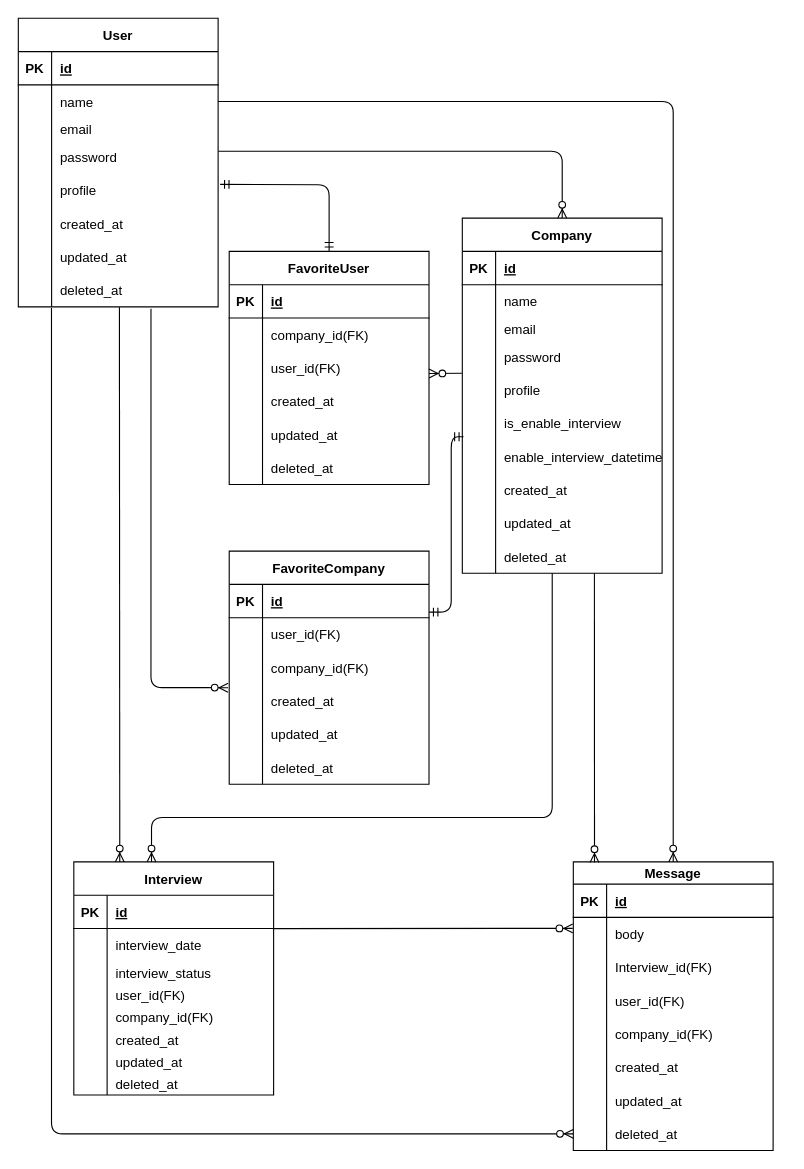
tomoki52/yumemi-intern-laravel-app keeps this draw.io diagram as doc/er.drawio. Above is the earlier version. Source tidied: cells renumbered, new cells numbered last; positions are measured from the earlier drawing's top-left corner, leaving out a move shared by most shapes. Both pictures are drawn from the tidied source at 111%, with x=0, y=0 at pixel (18, 18).
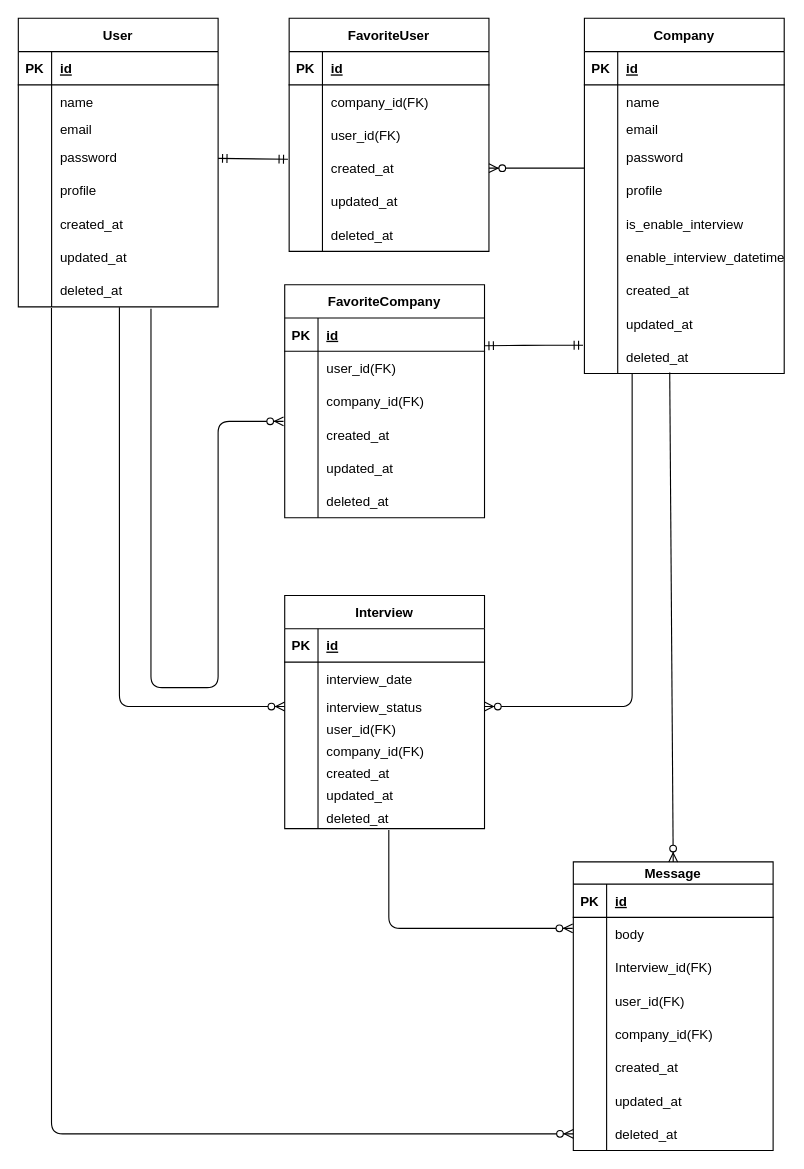
The same page after the edit.

The change refers to these unchanged cells:
```xml
<mxCell id="6" style="shape=partialRectangle;fillColor=none;top=0;left=0;bottom=0;right=0;points=[[0,0.5],[1,0.5]];portConstraint=eastwest;" parent="2" vertex="1">
  <mxGeometry y="60" width="180" height="30" as="geometry" />
</mxCell>
<mxCell id="12" style="shape=partialRectangle;fillColor=none;top=0;left=0;bottom=0;right=0;points=[[0,0.5],[1,0.5]];portConstraint=eastwest;" parent="2" vertex="1">
  <mxGeometry y="110" width="180" height="30" as="geometry" />
</mxCell>
<mxCell id="15" style="shape=partialRectangle;fillColor=none;top=0;left=0;bottom=0;right=0;points=[[0,0.5],[1,0.5]];portConstraint=eastwest;" parent="2" vertex="1">
  <mxGeometry y="140" width="180" height="30" as="geometry" />
</mxCell>
<mxCell id="24" style="shape=partialRectangle;fillColor=none;top=0;left=0;bottom=0;right=0;points=[[0,0.5],[1,0.5]];portConstraint=eastwest;" parent="2" vertex="1">
  <mxGeometry y="230" width="180" height="30" as="geometry" />
</mxCell>
<mxCell id="28" style="shape=partialRectangle;fillColor=none;top=0;left=0;bottom=1;right=0;points=[[0,0.5],[1,0.5]];portConstraint=eastwest;" parent="27" vertex="1">
  <mxGeometry y="30" width="180" height="30" as="geometry" />
</mxCell>
<mxCell id="34" style="shape=partialRectangle;fillColor=none;top=0;left=0;bottom=0;right=0;points=[[0,0.5],[1,0.5]];portConstraint=eastwest;" parent="27" vertex="1">
  <mxGeometry y="90" width="180" height="20" as="geometry" />
</mxCell>
<mxCell id="49" style="shape=partialRectangle;fillColor=none;top=0;left=0;bottom=0;right=0;points=[[0,0.5],[1,0.5]];portConstraint=eastwest;" parent="27" vertex="1">
  <mxGeometry y="190" width="180" height="20" as="geometry" />
</mxCell>
<mxCell id="65" style="shape=partialRectangle;fillColor=none;top=0;left=0;bottom=0;right=0;points=[[0,0.5],[1,0.5]];portConstraint=eastwest;" parent="52" vertex="1">
  <mxGeometry y="140" width="180" height="30" as="geometry" />
</mxCell>
<mxCell id="68" style="shape=partialRectangle;fillColor=none;top=0;left=0;bottom=0;right=0;points=[[0,0.5],[1,0.5]];portConstraint=eastwest;" parent="52" vertex="1">
  <mxGeometry y="170" width="180" height="30" as="geometry" />
</mxCell>
<mxCell id="80" style="shape=partialRectangle;fillColor=none;top=0;left=0;bottom=0;right=0;points=[[0,0.5],[1,0.5]];portConstraint=eastwest;" parent="52" vertex="1">
  <mxGeometry y="290" width="180" height="30" as="geometry" />
</mxCell>
<mxCell id="84" value="Message" style="shape=table;startSize=20;childLayout=tableLayout;rowLines=0;fontStyle=1;align=center;" parent="1" vertex="1">
  <mxGeometry x="500" y="760" width="180" height="260" as="geometry" />
</mxCell>
<mxCell id="88" style="shape=partialRectangle;fillColor=none;top=0;left=0;bottom=0;right=0;points=[[0,0.5],[1,0.5]];portConstraint=eastwest;" parent="84" vertex="1">
  <mxGeometry y="50" width="180" height="30" as="geometry" />
</mxCell>
<mxCell id="124" style="shape=partialRectangle;fillColor=none;top=0;left=0;bottom=0;right=0;points=[[0,0.5],[1,0.5]];portConstraint=eastwest;" parent="114" vertex="1">
  <mxGeometry y="120" width="180" height="30" as="geometry" />
</mxCell>
<mxCell id="139" style="shape=partialRectangle;fillColor=none;top=0;left=0;bottom=0;right=0;points=[[0,0.5],[1,0.5]];portConstraint=eastwest;" parent="135" vertex="1">
  <mxGeometry y="60" width="180" height="30" as="geometry" />
</mxCell>
```

The edit, as a diff of the source:
```diff
@@
     <mxCell id="27" value="Interview" style="shape=table;startSize=30;childLayout=tableLayout;rowLines=0;fontStyle=1;align=center;" parent="1" vertex="1">
-      <mxGeometry x="50" y="760" width="180" height="210" as="geometry" />
+      <mxGeometry x="240" y="520" width="180" height="210" as="geometry" />
     </mxCell>
@@
     <mxCell id="52" value="Company" style="shape=table;startSize=30;childLayout=tableLayout;rowLines=0;fontStyle=1;align=center;" parent="1" vertex="1">
-      <mxGeometry x="400" y="180" width="180" height="320" as="geometry" />
+      <mxGeometry x="510" width="180" height="320" as="geometry" />
     </mxCell>
@@
-    <mxCell id="83" style="edgeStyle=orthogonalEdgeStyle;fontSize=12;html=1;endArrow=ERzeroToMany;endFill=1;exitX=1.001;exitY=0.327;exitDx=0;exitDy=0;exitPerimeter=0;entryX=0.5;entryY=0;entryDx=0;entryDy=0;" parent="1" edge="1" source="12" target="52">
-      <mxGeometry relative="1" as="geometry" />
-    </mxCell>
@@
-    <mxCell id="109" style="fontSize=12;html=1;endArrow=ERzeroToMany;endFill=1;entryX=0.23;entryY=0;entryDx=0;entryDy=0;exitX=0.506;exitY=1.008;exitDx=0;exitDy=0;exitPerimeter=0;entryPerimeter=0;" parent="1" edge="1" source="24" target="27">
+    <mxCell id="109" style="fontSize=12;html=1;endArrow=ERzeroToMany;endFill=1;exitX=0.506;exitY=1.008;exitDx=0;exitDy=0;exitPerimeter=0;entryX=0;entryY=0.5;entryDx=0;entryDy=0;edgeStyle=orthogonalEdgeStyle;" parent="1" edge="1" source="24" target="34">
       <mxGeometry relative="1" as="geometry" />
     </mxCell>
-    <mxCell id="110" style="fontSize=12;html=1;endArrow=ERzeroToMany;endFill=1;exitX=0.999;exitY=1.003;exitDx=0;exitDy=0;exitPerimeter=0;entryX=-0.003;entryY=0.329;entryDx=0;entryDy=0;entryPerimeter=0;" parent="1" edge="1" source="28" target="88">
-      <mxGeometry relative="1" as="geometry" />
+    <mxCell id="110" style="fontSize=12;html=1;endArrow=ERzeroToMany;endFill=1;exitX=0.521;exitY=1.068;exitDx=0;exitDy=0;exitPerimeter=0;entryX=-0.003;entryY=0.329;entryDx=0;entryDy=0;entryPerimeter=0;edgeStyle=orthogonalEdgeStyle;" parent="1" edge="1" source="49" target="88">
+      <mxGeometry relative="1" as="geometry">
+        <Array as="points">
+          <mxPoint x="334" y="820" />
+        </Array>
+      </mxGeometry>
     </mxCell>
-    <mxCell id="111" style="fontSize=12;html=1;endArrow=ERzeroToMany;endFill=1;edgeStyle=orthogonalEdgeStyle;" parent="1" edge="1" target="27">
+    <mxCell id="111" style="fontSize=12;html=1;endArrow=ERzeroToMany;endFill=1;edgeStyle=orthogonalEdgeStyle;entryX=1;entryY=0.5;entryDx=0;entryDy=0;" parent="1" edge="1" target="34">
       <mxGeometry relative="1" as="geometry">
-        <mxPoint x="481" y="500" as="sourcePoint" />
+        <mxPoint x="553" y="320" as="sourcePoint" />
         <Array as="points">
-          <mxPoint x="481" y="720" />
-          <mxPoint x="120" y="720" />
+          <mxPoint x="553" y="620" />
         </Array>
       </mxGeometry>
     </mxCell>
-    <mxCell id="112" style="fontSize=12;html=1;endArrow=ERzeroToMany;endFill=1;exitX=1;exitY=0.5;exitDx=0;exitDy=0;edgeStyle=orthogonalEdgeStyle;entryX=0.5;entryY=0;entryDx=0;entryDy=0;" parent="1" edge="1" source="6" target="84">
-      <mxGeometry relative="1" as="geometry" />
-    </mxCell>
-    <mxCell id="113" style="fontSize=12;html=1;endArrow=ERzeroToMany;endFill=1;entryX=0.106;entryY=0.002;entryDx=0;entryDy=0;entryPerimeter=0;" parent="1" edge="1" target="84">
-      <mxGeometry relative="1" as="geometry">
-        <mxPoint x="519" y="500" as="sourcePoint" />
-      </mxGeometry>
+    <mxCell id="113" style="fontSize=12;html=1;endArrow=ERzeroToMany;endFill=1;entryX=0.5;entryY=0;entryDx=0;entryDy=0;exitX=0.427;exitY=0.973;exitDx=0;exitDy=0;exitPerimeter=0;" parent="1" edge="1" source="80" target="84">
+      <mxGeometry relative="1" as="geometry" />
     </mxCell>
     <mxCell id="114" value="FavoriteUser" style="shape=table;startSize=30;childLayout=tableLayout;rowLines=0;fontStyle=1;align=center;" parent="1" vertex="1">
-      <mxGeometry x="190" y="210" width="180" height="210" as="geometry" />
+      <mxGeometry x="244" width="180" height="210" as="geometry" />
     </mxCell>
@@
-    <mxCell id="133" style="fontSize=12;html=1;endArrow=ERzeroToMany;endFill=1;exitX=-0.002;exitY=-0.008;exitDx=0;exitDy=0;exitPerimeter=0;" parent="1" edge="1" source="65">
+    <mxCell id="133" style="fontSize=12;html=1;endArrow=ERzeroToMany;endFill=1;entryX=1;entryY=0.5;entryDx=0;entryDy=0;" parent="1" edge="1" target="124">
       <mxGeometry relative="1" as="geometry">
-        <mxPoint x="370" y="320" as="targetPoint" />
+        <mxPoint x="510" y="135" as="sourcePoint" />
       </mxGeometry>
     </mxCell>
-    <mxCell id="134" style="fontSize=12;html=1;endArrow=ERmandOne;startArrow=ERmandOne;entryX=0.5;entryY=0;entryDx=0;entryDy=0;exitX=1.01;exitY=0.319;exitDx=0;exitDy=0;exitPerimeter=0;" parent="1" edge="1" source="15" target="114">
-      <mxGeometry relative="1" as="geometry">
-        <Array as="points">
-          <mxPoint x="280" y="150" />
-        </Array>
-      </mxGeometry>
+    <mxCell id="134" style="fontSize=12;html=1;endArrow=ERmandOne;startArrow=ERmandOne;entryX=-0.006;entryY=0.233;entryDx=0;entryDy=0;entryPerimeter=0;" parent="1" edge="1" source="12" target="124">
+      <mxGeometry relative="1" as="geometry" />
     </mxCell>
     <mxCell id="135" value="FavoriteCompany" style="shape=table;startSize=30;childLayout=tableLayout;rowLines=0;fontStyle=1;align=center;" parent="1" vertex="1">
-      <mxGeometry x="190" y="480" width="180" height="210" as="geometry" />
+      <mxGeometry x="240" y="240" width="180" height="210" as="geometry" />
     </mxCell>
@@
-    <mxCell id="154" style="fontSize=12;html=1;endArrow=ERmandOne;startArrow=ERmandOne;entryX=1;entryY=-0.167;entryDx=0;entryDy=0;exitX=0.006;exitY=0.9;exitDx=0;exitDy=0;exitPerimeter=0;entryPerimeter=0;edgeStyle=orthogonalEdgeStyle;" parent="1" edge="1" source="68" target="139">
+    <mxCell id="154" style="fontSize=12;html=1;endArrow=ERmandOne;startArrow=ERmandOne;entryX=1;entryY=-0.167;entryDx=0;entryDy=0;exitX=-0.007;exitY=0.15;exitDx=0;exitDy=0;exitPerimeter=0;entryPerimeter=0;edgeStyle=orthogonalEdgeStyle;" parent="1" edge="1" source="80" target="139">
       <mxGeometry relative="1" as="geometry">
         <Array as="points">
-          <mxPoint x="390" y="377" />
-          <mxPoint x="390" y="535" />
+          <mxPoint x="465" y="295" />
         </Array>
       </mxGeometry>
     </mxCell>
```
